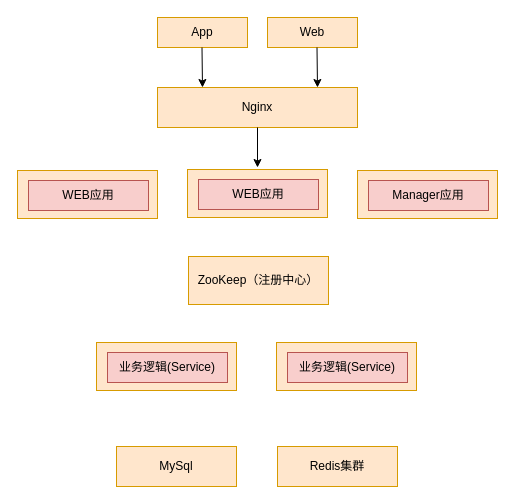
Above: page "分布式" (2 of 4) of ppt1.drawio in liujx2005/liujx2005 (draw.io), before the change. Source tidied: cells renumbered, new cells numbered last; positions are measured from the earlier drawing's top-left corner, leaving out a move shared by most shapes. Both pictures are drawn from the tidied source at 100%, with x=0, y=0 at pixel (17, 17).
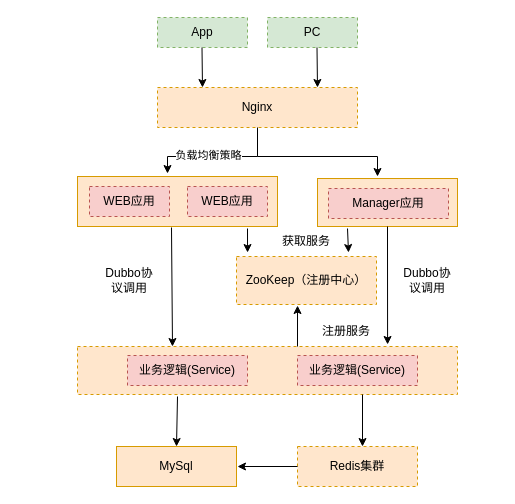
After the change.

Unchanged cells that the change refers to:
```xml
<mxCell id="11" value="MySql" style="rounded=0;whiteSpace=wrap;html=1;fillColor=#ffe6cc;strokeColor=#d79b00;" parent="1" vertex="1">
  <mxGeometry x="99" y="429" width="120" height="40" as="geometry" />
</mxCell>
```

What changed in the source:
```diff
@@
-    <mxCell id="2" value="App" style="rounded=0;whiteSpace=wrap;html=1;fillColor=#ffe6cc;strokeColor=#d79b00;" parent="1" vertex="1">
+    <mxCell id="2" value="App" style="rounded=0;whiteSpace=wrap;html=1;fillColor=#d5e8d4;strokeColor=#82b366;dashed=1;" parent="1" vertex="1">
       <mxGeometry x="140" width="90" height="30" as="geometry" />
     </mxCell>
-    <mxCell id="3" value="Web" style="rounded=0;whiteSpace=wrap;html=1;fillColor=#ffe6cc;strokeColor=#d79b00;" parent="1" vertex="1">
+    <mxCell id="3" value="PC" style="rounded=0;whiteSpace=wrap;html=1;fillColor=#d5e8d4;strokeColor=#82b366;dashed=1;" parent="1" vertex="1">
       <mxGeometry x="250" width="90" height="30" as="geometry" />
     </mxCell>
     <mxCell id="4" style="rounded=0;whiteSpace=wrap;html=1;fillColor=#ffe6cc;strokeColor=#d79b00;" parent="1" vertex="1">
-      <mxGeometry y="153" width="140" height="48" as="geometry" />
+      <mxGeometry x="60" y="159" width="200" height="50" as="geometry" />
     </mxCell>
-    <mxCell id="5" value="WEB应用" style="rounded=0;whiteSpace=wrap;html=1;fillColor=#f8cecc;strokeColor=#b85450;" parent="1" vertex="1">
-      <mxGeometry x="11" y="163" width="120" height="30" as="geometry" />
+    <mxCell id="5" value="WEB应用" style="rounded=0;whiteSpace=wrap;html=1;fillColor=#f8cecc;strokeColor=#b85450;dashed=1;" parent="1" vertex="1">
+      <mxGeometry x="72" y="169" width="80" height="30" as="geometry" />
     </mxCell>
@@
-    <mxCell id="8" value="Nginx" style="rounded=0;whiteSpace=wrap;html=1;fillColor=#ffe6cc;strokeColor=#d79b00;" parent="1" vertex="1">
+    <mxCell id="8" value="Nginx" style="rounded=0;whiteSpace=wrap;html=1;fillColor=#ffe6cc;strokeColor=#d79b00;dashed=1;" parent="1" vertex="1">
       <mxGeometry x="140" y="70" width="200" height="40" as="geometry" />
     </mxCell>
-    <mxCell id="9" style="endArrow=classic;html=1;rounded=0;" parent="1" edge="1">
+    <mxCell id="9" style="endArrow=classic;html=1;rounded=0;entryX=0.45;entryY=-0.06;entryDx=0;entryDy=0;entryPerimeter=0;" parent="1" edge="1" target="4">
       <mxGeometry relative="1" as="geometry">
         <mxPoint x="240" y="110" as="sourcePoint" />
-        <mxPoint x="240" y="150" as="targetPoint" />
+        <Array as="points">
+          <mxPoint x="240" y="139" />
+          <mxPoint x="150" y="139" />
+        </Array>
       </mxGeometry>
     </mxCell>
+    <mxCell id="22" value="负载均衡策略" style="edgeLabel;html=1;align=center;verticalAlign=middle;" parent="9" vertex="1">
+      <mxGeometry x="0.34" y="-2" relative="1" as="geometry">
+        <mxPoint x="12" as="offset" />
+      </mxGeometry>
+    </mxCell>
-    <mxCell id="10" value="Redis集群" style="rounded=0;whiteSpace=wrap;html=1;fillColor=#ffe6cc;strokeColor=#d79b00;" parent="1" vertex="1">
-      <mxGeometry x="260" y="429" width="120" height="40" as="geometry" />
+    <mxCell id="10" value="Redis集群" style="rounded=0;whiteSpace=wrap;html=1;fillColor=#ffe6cc;strokeColor=#d79b00;dashed=1;" parent="1" vertex="1">
+      <mxGeometry x="280" y="429" width="120" height="40" as="geometry" />
     </mxCell>
@@
-    <mxCell id="12" style="rounded=0;whiteSpace=wrap;html=1;fillColor=#ffe6cc;strokeColor=#d79b00;" parent="1" vertex="1">
-      <mxGeometry x="170" y="152" width="140" height="48" as="geometry" />
-    </mxCell>
-    <mxCell id="13" value="WEB应用" style="rounded=0;whiteSpace=wrap;html=1;fillColor=#f8cecc;strokeColor=#b85450;" parent="1" vertex="1">
-      <mxGeometry x="181" y="162" width="120" height="30" as="geometry" />
-    </mxCell>
     <mxCell id="14" style="rounded=0;whiteSpace=wrap;html=1;fillColor=#ffe6cc;strokeColor=#d79b00;" parent="1" vertex="1">
-      <mxGeometry x="340" y="153" width="140" height="48" as="geometry" />
+      <mxGeometry x="300" y="161" width="140" height="48" as="geometry" />
     </mxCell>
-    <mxCell id="15" value="Manager应用" style="rounded=0;whiteSpace=wrap;html=1;fillColor=#f8cecc;strokeColor=#b85450;" parent="1" vertex="1">
-      <mxGeometry x="351" y="163" width="120" height="30" as="geometry" />
+    <mxCell id="15" value="Manager应用" style="rounded=0;whiteSpace=wrap;html=1;fillColor=#f8cecc;strokeColor=#b85450;dashed=1;" parent="1" vertex="1">
+      <mxGeometry x="311" y="171" width="120" height="30" as="geometry" />
     </mxCell>
-    <mxCell id="16" style="rounded=0;whiteSpace=wrap;html=1;fillColor=#ffe6cc;strokeColor=#d79b00;" parent="1" vertex="1">
-      <mxGeometry x="79" y="325" width="140" height="48" as="geometry" />
-    </mxCell>
-    <mxCell id="17" value="业务逻辑(Service)" style="rounded=0;whiteSpace=wrap;html=1;fillColor=#f8cecc;strokeColor=#b85450;" parent="1" vertex="1">
-      <mxGeometry x="90" y="335" width="120" height="30" as="geometry" />
-    </mxCell>
-    <mxCell id="18" style="rounded=0;whiteSpace=wrap;html=1;fillColor=#ffe6cc;strokeColor=#d79b00;" parent="1" vertex="1">
-      <mxGeometry x="259" y="325" width="140" height="48" as="geometry" />
+    <mxCell id="18" style="rounded=0;whiteSpace=wrap;html=1;fillColor=#ffe6cc;strokeColor=#d79b00;dashed=1;" parent="1" vertex="1">
+      <mxGeometry x="60" y="329" width="380" height="48" as="geometry" />
     </mxCell>
-    <mxCell id="19" value="业务逻辑(Service)" style="rounded=0;whiteSpace=wrap;html=1;fillColor=#f8cecc;strokeColor=#b85450;" parent="1" vertex="1">
-      <mxGeometry x="270" y="335" width="120" height="30" as="geometry" />
+    <mxCell id="19" value="业务逻辑(Service)" style="rounded=0;whiteSpace=wrap;html=1;fillColor=#f8cecc;strokeColor=#b85450;dashed=1;" parent="1" vertex="1">
+      <mxGeometry x="110" y="338" width="120" height="30" as="geometry" />
     </mxCell>
-    <mxCell id="20" style="edgeStyle=orthogonalEdgeStyle;rounded=0;orthogonalLoop=1;jettySize=auto;html=1;exitX=0.5;exitY=1;exitDx=0;exitDy=0;" parent="1" edge="1" source="17" target="17">
-      <mxGeometry relative="1" as="geometry" />
-    </mxCell>
-    <mxCell id="21" value="ZooKeep（注册中心）" style="rounded=0;whiteSpace=wrap;html=1;fillColor=#ffe6cc;strokeColor=#d79b00;" parent="1" vertex="1">
-      <mxGeometry x="171" y="239" width="140" height="48" as="geometry" />
+    <mxCell id="21" value="ZooKeep（注册中心）" style="rounded=0;whiteSpace=wrap;html=1;fillColor=#ffe6cc;strokeColor=#d79b00;dashed=1;" parent="1" vertex="1">
+      <mxGeometry x="219" y="239" width="140" height="48" as="geometry" />
     </mxCell>
+    <mxCell id="13" value="WEB应用" style="rounded=0;whiteSpace=wrap;html=1;fillColor=#f8cecc;strokeColor=#b85450;dashed=1;" parent="1" vertex="1">
+      <mxGeometry x="170" y="169" width="80" height="30" as="geometry" />
+    </mxCell>
+    <mxCell id="17" value="业务逻辑(Service)" style="rounded=0;whiteSpace=wrap;html=1;fillColor=#f8cecc;strokeColor=#b85450;dashed=1;" parent="1" vertex="1">
+      <mxGeometry x="280" y="338" width="120" height="30" as="geometry" />
+    </mxCell>
+    <mxCell id="23" style="endArrow=classic;html=1;rounded=0;" parent="1" edge="1">
+      <mxGeometry relative="1" as="geometry">
+        <mxPoint x="240" y="139" as="sourcePoint" />
+        <mxPoint x="360" y="159" as="targetPoint" />
+        <Array as="points">
+          <mxPoint x="360" y="139" />
+        </Array>
+      </mxGeometry>
+    </mxCell>
+    <mxCell id="24" style="endArrow=classic;html=1;rounded=0;entryX=0.079;entryY=-0.083;entryDx=0;entryDy=0;entryPerimeter=0;" parent="1" edge="1" target="21">
+      <mxGeometry relative="1" as="geometry">
+        <mxPoint x="230" y="211" as="sourcePoint" />
+      </mxGeometry>
+    </mxCell>
+    <mxCell id="25" style="endArrow=classic;html=1;rounded=0;entryX=0.8;entryY=-0.083;entryDx=0;entryDy=0;entryPerimeter=0;" parent="1" edge="1" target="21">
+      <mxGeometry relative="1" as="geometry">
+        <mxPoint x="330" y="211" as="sourcePoint" />
+      </mxGeometry>
+    </mxCell>
+    <mxCell id="26" style="endArrow=classic;html=1;rounded=0;entryX=0.436;entryY=1.021;entryDx=0;entryDy=0;entryPerimeter=0;" parent="1" edge="1" target="21">
+      <mxGeometry relative="1" as="geometry">
+        <mxPoint x="280" y="329" as="sourcePoint" />
+      </mxGeometry>
+    </mxCell>
+    <mxCell id="27" value="获取服务" style="text;html=1;strokeColor=none;fillColor=none;align=center;verticalAlign=middle;whiteSpace=wrap;rounded=0;dashed=1;" parent="1" vertex="1">
+      <mxGeometry x="259" y="209" width="60" height="30" as="geometry" />
+    </mxCell>
+    <mxCell id="28" value="注册服务" style="text;html=1;strokeColor=none;fillColor=none;align=center;verticalAlign=middle;whiteSpace=wrap;rounded=0;dashed=1;" parent="1" vertex="1">
+      <mxGeometry x="299" y="299" width="60" height="30" as="geometry" />
+    </mxCell>
+    <mxCell id="29" style="endArrow=classic;html=1;rounded=0;exitX=0.47;exitY=1.02;exitDx=0;exitDy=0;exitPerimeter=0;entryX=0.25;entryY=0;entryDx=0;entryDy=0;" parent="1" edge="1" source="4" target="18">
+      <mxGeometry relative="1" as="geometry" />
+    </mxCell>
+    <mxCell id="30" style="endArrow=classic;html=1;rounded=0;exitX=0.5;exitY=1;exitDx=0;exitDy=0;entryX=0.816;entryY=-0.042;entryDx=0;entryDy=0;entryPerimeter=0;" parent="1" edge="1" source="14" target="18">
+      <mxGeometry relative="1" as="geometry" />
+    </mxCell>
+    <mxCell id="31" value="Dubbo协议调用" style="text;html=1;strokeColor=none;fillColor=none;align=center;verticalAlign=middle;whiteSpace=wrap;rounded=0;dashed=1;" parent="1" vertex="1">
+      <mxGeometry x="82" y="248" width="60" height="30" as="geometry" />
+    </mxCell>
+    <mxCell id="32" value="Dubbo协议调用" style="text;html=1;strokeColor=none;fillColor=none;align=center;verticalAlign=middle;whiteSpace=wrap;rounded=0;dashed=1;" parent="1" vertex="1">
+      <mxGeometry x="380" y="248" width="60" height="30" as="geometry" />
+    </mxCell>
+    <mxCell id="33" style="endArrow=classic;html=1;rounded=0;entryX=0.5;entryY=0;entryDx=0;entryDy=0;" parent="1" edge="1" target="11">
+      <mxGeometry relative="1" as="geometry">
+        <mxPoint x="160" y="379" as="sourcePoint" />
+      </mxGeometry>
+    </mxCell>
+    <mxCell id="34" style="endArrow=classic;html=1;rounded=0;exitX=0.75;exitY=1;exitDx=0;exitDy=0;" parent="1" edge="1" source="18">
+      <mxGeometry relative="1" as="geometry">
+        <mxPoint x="345" y="429" as="targetPoint" />
+      </mxGeometry>
+    </mxCell>
+    <mxCell id="35" style="endArrow=classic;html=1;rounded=0;exitX=0;exitY=0.5;exitDx=0;exitDy=0;" parent="1" edge="1" source="10">
+      <mxGeometry relative="1" as="geometry">
+        <mxPoint x="220" y="449" as="targetPoint" />
+      </mxGeometry>
+    </mxCell>
```
